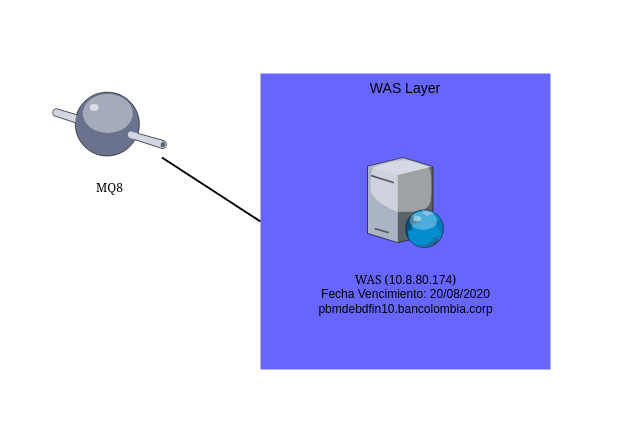
Earlier version of the draw.io diagram page "Dev" (3 of 3) of Untitled Diagram.drawio (jamapilo/platzi). Source tidied: cells renumbered, new cells numbered last; positions are measured from the earlier drawing's top-left corner, leaving out a move shared by most shapes. Both pictures are drawn from the tidied source at 100%, with x=0, y=0 at pixel (16, 73).
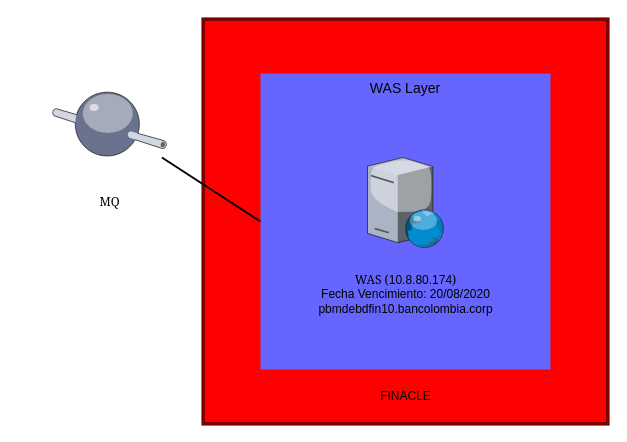
The same diagram, later.

What changed in the source:
```diff
@@
 <mxGraphModel>
   <root>
     <mxCell id="0" />
     <mxCell id="1" parent="0" />
+    <mxCell id="8" style="shape=ext;double=1;whiteSpace=wrap;html=1;fillColor=#FF0000;" parent="1" vertex="1">
+      <mxGeometry x="185.5" y="-55.5" width="407" height="407" as="geometry" />
+    </mxCell>
     <mxCell id="2" value="WAS Layer&lt;br&gt;" style="whiteSpace=wrap;html=1;fillColor=#6666FF;fontSize=14;strokeColor=none;verticalAlign=top;" parent="1" vertex="1">
       <mxGeometry x="244" width="290" height="296" as="geometry" />
     </mxCell>
     <mxCell id="3" style="verticalLabelPosition=bottom;html=1;verticalAlign=top;strokeColor=none;align=center;shape=mxgraph.citrix.web_server;" parent="1" vertex="1">
       <mxGeometry x="351" y="84" width="76.5" height="90" as="geometry" />
     </mxCell>
     <mxCell id="4" value="&lt;font face=&quot;Georgia&quot;&gt;WAS (&lt;/font&gt;10.8.80.174&lt;font face=&quot;Georgia&quot;&gt;)&lt;br&gt;&lt;/font&gt;&lt;span&gt;Fecha Vencimiento:&amp;nbsp;&lt;/span&gt;&lt;span title=&quot;20/08/2020&quot;&gt;20/08/2020&lt;br&gt;&lt;/span&gt;pbmdebdfin10.bancolombia.corp&lt;br&gt;&lt;br&gt;" style="text;html=1;strokeColor=none;fillColor=none;align=center;verticalAlign=middle;whiteSpace=wrap;rounded=0;" parent="1" vertex="1">
       <mxGeometry x="296.5" y="199" width="185" height="58" as="geometry" />
     </mxCell>
     <mxCell id="5" style="verticalLabelPosition=bottom;html=1;verticalAlign=top;strokeColor=none;align=center;outlineConnect=0;shape=mxgraph.citrix.middleware;fillColor=#FFFF66;" parent="1" vertex="1">
       <mxGeometry x="36" y="16" width="114" height="68" as="geometry" />
     </mxCell>
-    <mxCell id="6" value="&lt;font face=&quot;Georgia&quot;&gt;MQ8&lt;br&gt;&lt;/font&gt;&lt;br&gt;&lt;br&gt;" style="text;html=1;strokeColor=none;fillColor=none;align=center;verticalAlign=middle;whiteSpace=wrap;rounded=0;" parent="1" vertex="1">
+    <mxCell id="6" value="&lt;font face=&quot;Georgia&quot;&gt;MQ&lt;/font&gt;&lt;br&gt;" style="text;html=1;strokeColor=none;fillColor=none;align=center;verticalAlign=middle;whiteSpace=wrap;rounded=0;" parent="1" vertex="1">
       <mxGeometry x="0.5" y="100" width="185" height="58" as="geometry" />
     </mxCell>
     <mxCell id="7" style="edgeStyle=none;rounded=0;html=1;startSize=10;endSize=10;jettySize=auto;fontSize=14;endArrow=none;endFill=0;strokeWidth=2;entryX=0;entryY=0.5;entryDx=0;entryDy=0;" parent="1" edge="1" source="5" target="2">
       <mxGeometry relative="1" as="geometry" />
     </mxCell>
+    <mxCell id="9" value="&lt;span&gt;FINACLE&lt;/span&gt;&lt;br&gt;" style="text;html=1;strokeColor=none;fillColor=none;align=center;verticalAlign=middle;whiteSpace=wrap;rounded=0;" parent="1" vertex="1">
+      <mxGeometry x="296.5" y="294" width="185" height="58" as="geometry" />
+    </mxCell>
   </root>
 </mxGraphModel>
```
